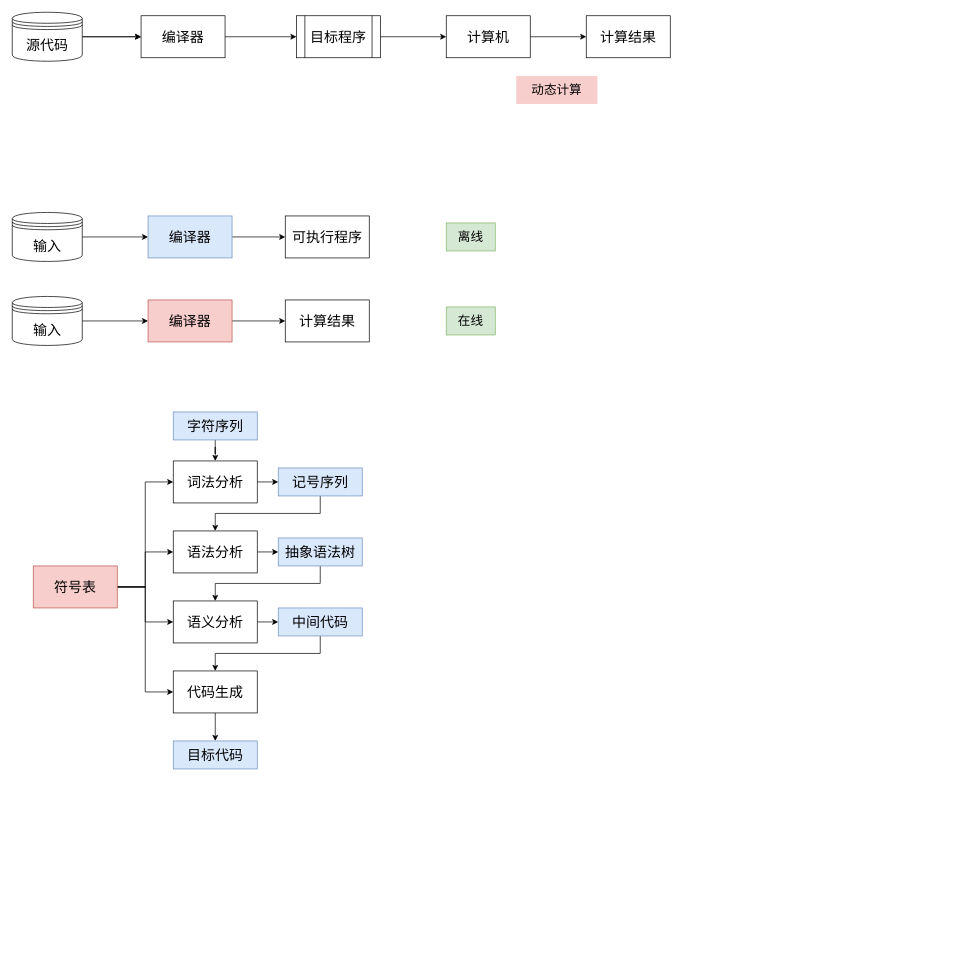
This is 2024/05/13/Compilation Priciple/Compilation Priciple-01/1.drawio from Scorpio-Gyh/Scorpio-Gyh.github.io, a draw.io file, before an edit. Source tidied: cells renumbered, new cells numbered last; positions are measured from the earlier drawing's top-left corner, leaving out a move shared by most shapes. Both pictures are drawn from the tidied source at 70%, with x=0, y=0 at pixel (12, 12).
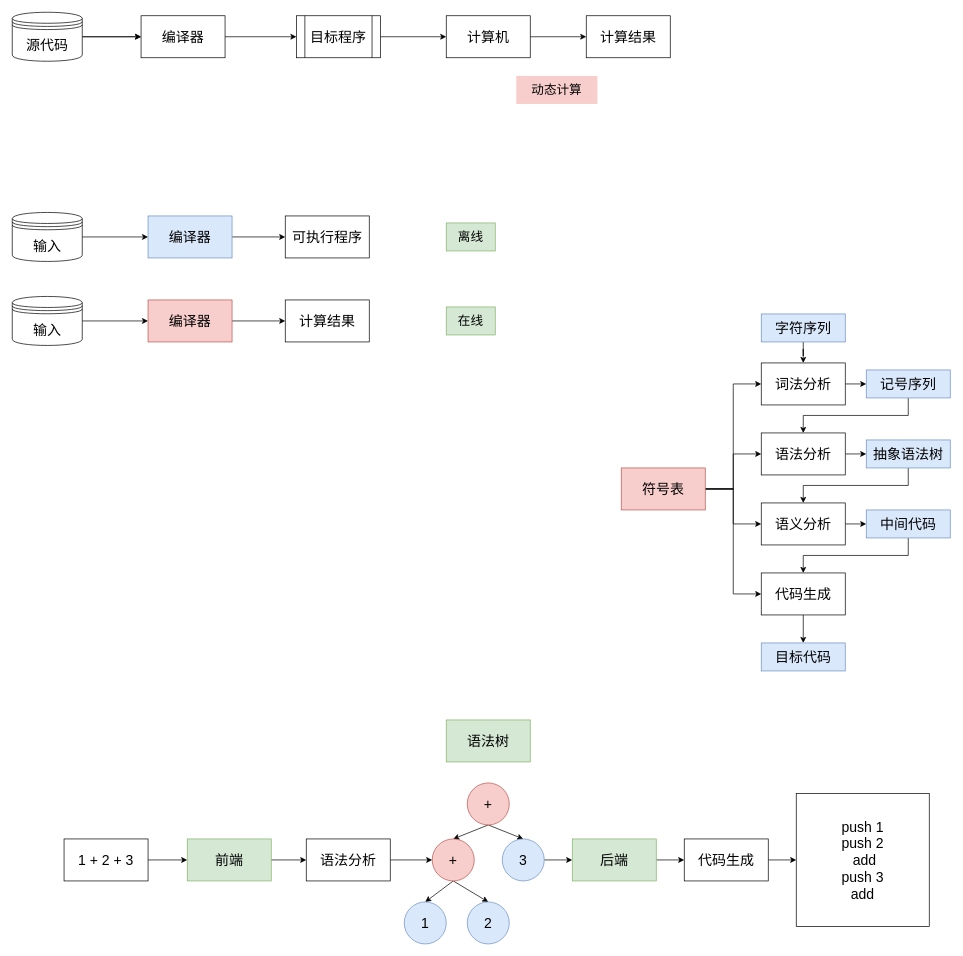
After the change.

The edit, as a diff of the source:
```diff
@@
     <mxCell id="26" value="词法分析" style="rounded=0;whiteSpace=wrap;html=1;fontSize=20;" parent="1" vertex="1">
-      <mxGeometry x="230" y="641" width="120" height="60" as="geometry" />
+      <mxGeometry x="1070" y="501" width="120" height="60" as="geometry" />
     </mxCell>
@@
     <mxCell id="28" value="字符序列" style="rounded=0;whiteSpace=wrap;html=1;fontSize=20;fillColor=#dae8fc;strokeColor=#6c8ebf;" parent="1" vertex="1">
-      <mxGeometry x="230" y="571" width="120" height="40" as="geometry" />
+      <mxGeometry x="1070" y="431" width="120" height="40" as="geometry" />
     </mxCell>
@@
     <mxCell id="30" value="语法分析" style="rounded=0;whiteSpace=wrap;html=1;fontSize=20;" parent="1" vertex="1">
-      <mxGeometry x="230" y="741" width="120" height="60" as="geometry" />
+      <mxGeometry x="1070" y="601" width="120" height="60" as="geometry" />
     </mxCell>
@@
     <mxCell id="32" value="记号序列" style="rounded=0;whiteSpace=wrap;html=1;fontSize=20;fillColor=#dae8fc;strokeColor=#6c8ebf;" parent="1" vertex="1">
-      <mxGeometry x="380" y="651" width="120" height="40" as="geometry" />
+      <mxGeometry x="1220" y="511" width="120" height="40" as="geometry" />
     </mxCell>
@@
     <mxCell id="34" value="抽象语法树" style="rounded=0;whiteSpace=wrap;html=1;fontSize=20;fillColor=#dae8fc;strokeColor=#6c8ebf;" parent="1" vertex="1">
-      <mxGeometry x="380" y="751" width="120" height="40" as="geometry" />
+      <mxGeometry x="1220" y="611" width="120" height="40" as="geometry" />
     </mxCell>
@@
     <mxCell id="36" value="语义分析" style="rounded=0;whiteSpace=wrap;html=1;fontSize=20;" parent="1" vertex="1">
-      <mxGeometry x="230" y="841" width="120" height="60" as="geometry" />
+      <mxGeometry x="1070" y="701" width="120" height="60" as="geometry" />
     </mxCell>
@@
     <mxCell id="38" value="中间代码" style="rounded=0;whiteSpace=wrap;html=1;fontSize=20;fillColor=#dae8fc;strokeColor=#6c8ebf;" parent="1" vertex="1">
-      <mxGeometry x="380" y="851" width="120" height="40" as="geometry" />
+      <mxGeometry x="1220" y="711" width="120" height="40" as="geometry" />
     </mxCell>
@@
     <mxCell id="40" value="代码生成" style="rounded=0;whiteSpace=wrap;html=1;fontSize=20;" parent="1" vertex="1">
-      <mxGeometry x="230" y="941" width="120" height="60" as="geometry" />
+      <mxGeometry x="1070" y="801" width="120" height="60" as="geometry" />
     </mxCell>
     <mxCell id="41" value="目标代码" style="rounded=0;whiteSpace=wrap;html=1;fontSize=20;fillColor=#dae8fc;strokeColor=#6c8ebf;" parent="1" vertex="1">
-      <mxGeometry x="230" y="1041" width="120" height="40" as="geometry" />
+      <mxGeometry x="1070" y="901" width="120" height="40" as="geometry" />
     </mxCell>
@@
     <mxCell id="46" value="符号表" style="rounded=0;whiteSpace=wrap;html=1;fontSize=20;fillColor=#f8cecc;strokeColor=#b85450;" parent="1" vertex="1">
-      <mxGeometry x="30" y="791" width="120" height="60" as="geometry" />
+      <mxGeometry x="870" y="651" width="120" height="60" as="geometry" />
     </mxCell>
+    <mxCell id="47" style="edgeStyle=none;rounded=0;jettySize=auto;html=1;exitX=1;exitY=0.5;exitDx=0;exitDy=0;entryX=0;entryY=0.5;entryDx=0;entryDy=0;fontSize=20;" parent="1" edge="1" source="48" target="50">
+      <mxGeometry relative="1" as="geometry" />
+    </mxCell>
+    <mxCell id="48" value="1 + 2 + 3" style="rounded=0;whiteSpace=wrap;html=1;fontSize=20;" parent="1" vertex="1">
+      <mxGeometry x="74" y="1181" width="120" height="60" as="geometry" />
+    </mxCell>
+    <mxCell id="49" style="edgeStyle=none;rounded=0;jettySize=auto;html=1;exitX=1;exitY=0.5;exitDx=0;exitDy=0;entryX=0;entryY=0.5;entryDx=0;entryDy=0;fontSize=20;" parent="1" edge="1" source="50" target="52">
+      <mxGeometry relative="1" as="geometry" />
+    </mxCell>
+    <mxCell id="50" value="前端" style="rounded=0;whiteSpace=wrap;html=1;fontSize=20;fillColor=#d5e8d4;strokeColor=#82b366;" parent="1" vertex="1">
+      <mxGeometry x="250" y="1181" width="120" height="60" as="geometry" />
+    </mxCell>
+    <mxCell id="51" style="edgeStyle=none;rounded=0;jettySize=auto;html=1;exitX=1;exitY=0.5;exitDx=0;exitDy=0;entryX=0;entryY=0.5;entryDx=0;entryDy=0;fontSize=20;" parent="1" edge="1" source="52" target="58">
+      <mxGeometry relative="1" as="geometry" />
+    </mxCell>
+    <mxCell id="52" value="语法分析" style="rounded=0;whiteSpace=wrap;html=1;fontSize=20;" parent="1" vertex="1">
+      <mxGeometry x="420" y="1181" width="120" height="60" as="geometry" />
+    </mxCell>
+    <mxCell id="53" style="rounded=0;jettySize=auto;html=1;exitX=0.5;exitY=1;exitDx=0;exitDy=0;entryX=0.5;entryY=0;entryDx=0;entryDy=0;fontSize=20;" parent="1" edge="1" source="55" target="58">
+      <mxGeometry relative="1" as="geometry" />
+    </mxCell>
+    <mxCell id="54" style="rounded=0;jettySize=auto;html=1;exitX=0.5;exitY=1;exitDx=0;exitDy=0;entryX=0.5;entryY=0;entryDx=0;entryDy=0;fontSize=20;" parent="1" edge="1" source="55" target="60">
+      <mxGeometry relative="1" as="geometry" />
+    </mxCell>
+    <mxCell id="55" value="+" style="ellipse;whiteSpace=wrap;html=1;fontSize=20;fillColor=#f8cecc;strokeColor=#b85450;" parent="1" vertex="1">
+      <mxGeometry x="650" y="1101" width="60" height="60" as="geometry" />
+    </mxCell>
+    <mxCell id="56" style="rounded=0;jettySize=auto;html=1;exitX=0.5;exitY=1;exitDx=0;exitDy=0;entryX=0.5;entryY=0;entryDx=0;entryDy=0;fontSize=20;" parent="1" edge="1" source="58" target="61">
+      <mxGeometry relative="1" as="geometry" />
+    </mxCell>
+    <mxCell id="57" style="rounded=0;jettySize=auto;html=1;exitX=0.5;exitY=1;exitDx=0;exitDy=0;entryX=0.5;entryY=0;entryDx=0;entryDy=0;fontSize=20;" parent="1" edge="1" source="58" target="62">
+      <mxGeometry relative="1" as="geometry" />
+    </mxCell>
+    <mxCell id="58" value="+" style="ellipse;whiteSpace=wrap;html=1;fontSize=20;fillColor=#f8cecc;strokeColor=#b85450;" parent="1" vertex="1">
+      <mxGeometry x="600" y="1181" width="60" height="60" as="geometry" />
+    </mxCell>
+    <mxCell id="59" style="edgeStyle=none;rounded=0;jettySize=auto;html=1;exitX=1;exitY=0.5;exitDx=0;exitDy=0;entryX=0;entryY=0.5;entryDx=0;entryDy=0;fontSize=20;" parent="1" edge="1" source="60" target="65">
+      <mxGeometry relative="1" as="geometry" />
+    </mxCell>
+    <mxCell id="60" value="3" style="ellipse;whiteSpace=wrap;html=1;fontSize=20;fillColor=#dae8fc;strokeColor=#6c8ebf;" parent="1" vertex="1">
+      <mxGeometry x="700" y="1181" width="60" height="60" as="geometry" />
+    </mxCell>
+    <mxCell id="61" value="1" style="ellipse;whiteSpace=wrap;html=1;fontSize=20;fillColor=#dae8fc;strokeColor=#6c8ebf;" parent="1" vertex="1">
+      <mxGeometry x="560" y="1271" width="60" height="60" as="geometry" />
+    </mxCell>
+    <mxCell id="62" value="2" style="ellipse;whiteSpace=wrap;html=1;fontSize=20;fillColor=#dae8fc;strokeColor=#6c8ebf;" parent="1" vertex="1">
+      <mxGeometry x="650" y="1271" width="60" height="60" as="geometry" />
+    </mxCell>
+    <mxCell id="63" value="语法树" style="rounded=0;whiteSpace=wrap;html=1;fontSize=20;fillColor=#d5e8d4;strokeColor=#82b366;" parent="1" vertex="1">
+      <mxGeometry x="620" y="1011" width="120" height="60" as="geometry" />
+    </mxCell>
+    <mxCell id="64" style="edgeStyle=none;rounded=0;jettySize=auto;html=1;exitX=1;exitY=0.5;exitDx=0;exitDy=0;entryX=0;entryY=0.5;entryDx=0;entryDy=0;fontSize=20;" parent="1" edge="1" source="65" target="67">
+      <mxGeometry relative="1" as="geometry" />
+    </mxCell>
+    <mxCell id="65" value="后端" style="rounded=0;whiteSpace=wrap;html=1;fontSize=20;fillColor=#d5e8d4;strokeColor=#82b366;" parent="1" vertex="1">
+      <mxGeometry x="800" y="1181" width="120" height="60" as="geometry" />
+    </mxCell>
+    <mxCell id="66" style="edgeStyle=none;rounded=0;jettySize=auto;html=1;exitX=1;exitY=0.5;exitDx=0;exitDy=0;fontSize=20;" parent="1" edge="1" source="67" target="68">
+      <mxGeometry relative="1" as="geometry" />
+    </mxCell>
+    <mxCell id="67" value="代码生成" style="rounded=0;whiteSpace=wrap;html=1;fontSize=20;" parent="1" vertex="1">
+      <mxGeometry x="960" y="1181" width="120" height="60" as="geometry" />
+    </mxCell>
+    <mxCell id="68" value="push 1&lt;br&gt;push 2&lt;br&gt;&amp;nbsp;add&lt;br&gt;push 3&lt;br&gt;add" style="rounded=0;whiteSpace=wrap;html=1;fontSize=20;" parent="1" vertex="1">
+      <mxGeometry x="1120" y="1116" width="190" height="190" as="geometry" />
+    </mxCell>
```
